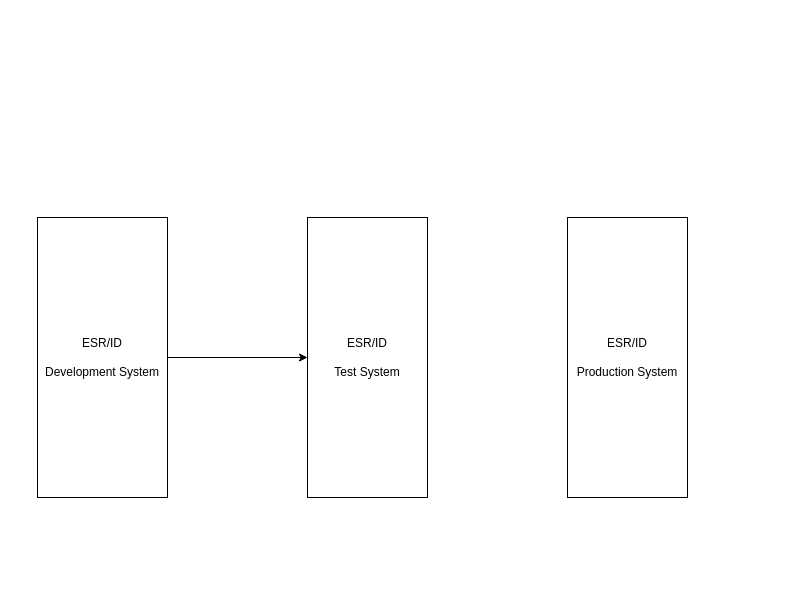
Above: PO 3 tier-1.drawio in jklingelhoefer/sap-btp-diagrams (draw.io), before the change. Source tidied: cells renumbered, new cells numbered last; positions are measured from the earlier drawing's top-left corner, leaving out a move shared by most shapes. Both pictures are drawn from the tidied source at 100%, with x=0, y=0 at pixel (37, 217).
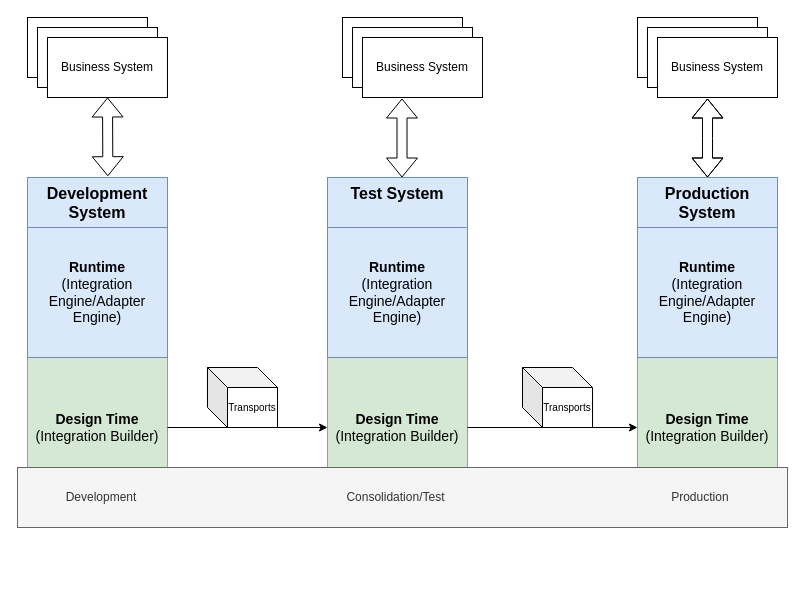
After the change.

Change to the diagram source:
```diff
@@
-    <mxCell id="2" style="edgeStyle=orthogonalEdgeStyle;rounded=0;jettySize=auto;html=1;exitX=1;exitY=0.5;exitDx=0;exitDy=0;entryX=0;entryY=0.5;entryDx=0;entryDy=0;" parent="1" edge="1" source="3" target="4">
-      <mxGeometry relative="1" as="geometry" />
-    </mxCell>
-    <mxCell id="3" value="ESR/ID&lt;div&gt;&lt;br&gt;&lt;/div&gt;&lt;div&gt;Development System&lt;/div&gt;" style="rounded=0;whiteSpace=wrap;html=1;labelPosition=center;verticalLabelPosition=middle;align=center;verticalAlign=middle;" parent="1" vertex="1">
-      <mxGeometry width="130" height="280" as="geometry" />
-    </mxCell>
+    <mxCell id="6" style="group;" parent="1" vertex="1">
+      <mxGeometry x="-20" y="-200" width="770" height="560" as="geometry" />
+    </mxCell>
+    <mxCell id="7" style="group;" parent="6" vertex="1">
+      <mxGeometry x="620" y="160" width="140" height="320" as="geometry" />
+    </mxCell>
+    <mxCell id="8" value="&lt;div style=&quot;&quot;&gt;&lt;font style=&quot;font-size: 16px;&quot;&gt;Production System&lt;/font&gt;&lt;/div&gt;" style="rounded=0;whiteSpace=wrap;html=1;verticalAlign=top;fillColor=#dae8fc;strokeColor=#6c8ebf;fontSize=14;fontStyle=1;" parent="7" vertex="1">
+      <mxGeometry width="140" height="320" as="geometry" />
+    </mxCell>
+    <mxCell id="9" value="&lt;b&gt;Design Time&lt;/b&gt;&lt;div style=&quot;font-size: 14px;&quot;&gt;(Integration Builder)&lt;/div&gt;" style="rounded=0;whiteSpace=wrap;html=1;fillColor=#d5e8d4;strokeColor=#82b366;fontSize=14;" parent="7" vertex="1">
+      <mxGeometry y="180" width="140" height="140" as="geometry" />
+    </mxCell>
+    <mxCell id="10" value="&lt;font style=&quot;font-size: 14px;&quot;&gt;&lt;b&gt;Runtime&lt;/b&gt;&lt;/font&gt;&lt;div style=&quot;font-size: 14px;&quot;&gt;&lt;font style=&quot;font-size: 14px;&quot;&gt;(Integration Engine/Adapter Engine)&lt;/font&gt;&lt;/div&gt;" style="rounded=0;whiteSpace=wrap;html=1;fillColor=#dae8fc;strokeColor=#6c8ebf;" parent="7" vertex="1">
+      <mxGeometry y="50" width="140" height="130" as="geometry" />
+    </mxCell>
+    <mxCell id="11" style="group;" parent="6" vertex="1">
+      <mxGeometry x="310" y="160" width="460" height="400" as="geometry" />
+    </mxCell>
-    <mxCell id="4" value="ESR/ID&lt;div&gt;&lt;span style=&quot;background-color: initial;&quot;&gt;&lt;br&gt;&lt;/span&gt;&lt;/div&gt;&lt;div&gt;&lt;span style=&quot;background-color: initial;&quot;&gt;Test&amp;nbsp;&lt;/span&gt;&lt;span style=&quot;background-color: initial;&quot;&gt;System&lt;/span&gt;&lt;/div&gt;" style="rounded=0;whiteSpace=wrap;html=1;" parent="1" vertex="1">
-      <mxGeometry x="270" width="120" height="280" as="geometry" />
+    <mxCell id="4" value="&lt;div style=&quot;&quot;&gt;&lt;font style=&quot;font-size: 16px;&quot;&gt;Test System&lt;/font&gt;&lt;/div&gt;" style="rounded=0;whiteSpace=wrap;html=1;verticalAlign=top;fillColor=#dae8fc;strokeColor=#6c8ebf;fontSize=14;fontStyle=1;" parent="11" vertex="1">
+      <mxGeometry width="140" height="320" as="geometry" />
     </mxCell>
-    <mxCell id="5" value="ESR/ID&lt;div&gt;&lt;span style=&quot;background-color: initial;&quot;&gt;&lt;br&gt;&lt;/span&gt;&lt;/div&gt;&lt;div&gt;&lt;span style=&quot;background-color: initial;&quot;&gt;Production&amp;nbsp;&lt;/span&gt;&lt;span style=&quot;background-color: initial;&quot;&gt;System&lt;/span&gt;&lt;/div&gt;" style="rounded=0;whiteSpace=wrap;html=1;" parent="1" vertex="1">
-      <mxGeometry x="530" width="120" height="280" as="geometry" />
-    </mxCell>
+    <mxCell id="12" value="&lt;b&gt;Design Time&lt;/b&gt;&lt;div style=&quot;font-size: 14px;&quot;&gt;(Integration Builder)&lt;/div&gt;" style="rounded=0;whiteSpace=wrap;html=1;fillColor=#d5e8d4;strokeColor=#82b366;fontSize=14;" parent="11" vertex="1">
+      <mxGeometry y="180" width="140" height="140" as="geometry" />
+    </mxCell>
+    <mxCell id="13" value="&lt;font style=&quot;font-size: 14px;&quot;&gt;&lt;b&gt;Runtime&lt;/b&gt;&lt;/font&gt;&lt;div style=&quot;font-size: 14px;&quot;&gt;&lt;font style=&quot;font-size: 14px;&quot;&gt;(Integration Engine/Adapter Engine)&lt;/font&gt;&lt;/div&gt;" style="rounded=0;whiteSpace=wrap;html=1;fillColor=#dae8fc;strokeColor=#6c8ebf;" parent="11" vertex="1">
+      <mxGeometry y="50" width="140" height="130" as="geometry" />
+    </mxCell>
+    <mxCell id="14" value="&lt;font style=&quot;font-size: 10px;&quot;&gt;Transports&lt;/font&gt;" style="shape=cube;whiteSpace=wrap;html=1;boundedLbl=1;backgroundOutline=1;darkOpacity=0.05;darkOpacity2=0.1;" parent="11" vertex="1">
+      <mxGeometry x="195" y="190" width="70" height="60" as="geometry" />
+    </mxCell>
+    <mxCell id="15" value="&lt;font style=&quot;font-size: 10px;&quot;&gt;Transports&lt;/font&gt;" style="shape=cube;whiteSpace=wrap;html=1;boundedLbl=1;backgroundOutline=1;darkOpacity=0.05;darkOpacity2=0.1;" parent="6" vertex="1">
+      <mxGeometry x="190" y="350" width="70" height="60" as="geometry" />
+    </mxCell>
+    <mxCell id="16" style="group;" parent="6" vertex="1">
+      <mxGeometry x="10" y="160" width="140" height="320" as="geometry" />
+    </mxCell>
+    <mxCell id="17" value="&lt;div style=&quot;&quot;&gt;&lt;font style=&quot;font-size: 16px;&quot;&gt;Development System&lt;/font&gt;&lt;/div&gt;" style="rounded=0;whiteSpace=wrap;html=1;verticalAlign=top;fillColor=#dae8fc;strokeColor=#6c8ebf;fontSize=14;fontStyle=1;" parent="16" vertex="1">
+      <mxGeometry width="140" height="320" as="geometry" />
+    </mxCell>
+    <mxCell id="18" value="&lt;b&gt;Design Time&lt;/b&gt;&lt;div style=&quot;font-size: 14px;&quot;&gt;(Integration Builder)&lt;/div&gt;" style="rounded=0;whiteSpace=wrap;html=1;fillColor=#d5e8d4;strokeColor=#82b366;fontSize=14;" parent="16" vertex="1">
+      <mxGeometry y="180" width="140" height="140" as="geometry" />
+    </mxCell>
+    <mxCell id="19" value="&lt;font style=&quot;font-size: 14px;&quot;&gt;&lt;b&gt;Runtime&lt;/b&gt;&lt;/font&gt;&lt;div style=&quot;font-size: 14px;&quot;&gt;&lt;font style=&quot;font-size: 14px;&quot;&gt;(Integration Engine/Adapter Engine)&lt;/font&gt;&lt;/div&gt;" style="rounded=0;whiteSpace=wrap;html=1;fillColor=#dae8fc;strokeColor=#6c8ebf;" parent="16" vertex="1">
+      <mxGeometry y="50" width="140" height="130" as="geometry" />
+    </mxCell>
+    <mxCell id="20" value="&amp;nbsp; &amp;nbsp; &amp;nbsp; &amp;nbsp; &amp;nbsp; &amp;nbsp; &amp;nbsp; Development&amp;nbsp; &amp;nbsp; &amp;nbsp; &amp;nbsp; &amp;nbsp; &amp;nbsp; &amp;nbsp; &amp;nbsp; &amp;nbsp; &amp;nbsp; &amp;nbsp; &amp;nbsp; &amp;nbsp; &amp;nbsp; &amp;nbsp; &amp;nbsp; &amp;nbsp; &amp;nbsp; &amp;nbsp; &amp;nbsp; &amp;nbsp; &amp;nbsp; &amp;nbsp; &amp;nbsp; &amp;nbsp; &amp;nbsp; &amp;nbsp; &amp;nbsp; &amp;nbsp; &amp;nbsp; &amp;nbsp; &amp;nbsp;Consolidation/Test&amp;nbsp; &amp;nbsp; &amp;nbsp; &amp;nbsp; &amp;nbsp; &amp;nbsp; &amp;nbsp; &amp;nbsp; &amp;nbsp; &amp;nbsp; &amp;nbsp; &amp;nbsp; &amp;nbsp; &amp;nbsp; &amp;nbsp; &amp;nbsp; &amp;nbsp; &amp;nbsp; &amp;nbsp; &amp;nbsp; &amp;nbsp; &amp;nbsp; &amp;nbsp; &amp;nbsp; &amp;nbsp; &amp;nbsp; &amp;nbsp; &amp;nbsp; &amp;nbsp; &amp;nbsp; &amp;nbsp; &amp;nbsp; &amp;nbsp; &amp;nbsp; Production" style="rounded=0;whiteSpace=wrap;html=1;align=left;fillColor=#f5f5f5;strokeColor=#666666;fontColor=#333333;" parent="6" vertex="1">
+      <mxGeometry y="450" width="770" height="60" as="geometry" />
+    </mxCell>
+    <mxCell id="21" style="group;" parent="6" vertex="1">
+      <mxGeometry x="620" width="140" height="80" as="geometry" />
+    </mxCell>
+    <mxCell id="22" style="rounded=0;whiteSpace=wrap;html=1;" parent="21" vertex="1">
+      <mxGeometry width="120" height="60" as="geometry" />
+    </mxCell>
+    <mxCell id="23" style="rounded=0;whiteSpace=wrap;html=1;" parent="21" vertex="1">
+      <mxGeometry x="10" y="10" width="120" height="60" as="geometry" />
+    </mxCell>
+    <mxCell id="24" value="Business System" style="rounded=0;whiteSpace=wrap;html=1;" parent="21" vertex="1">
+      <mxGeometry x="20" y="20" width="120" height="60" as="geometry" />
+    </mxCell>
+    <mxCell id="25" style="group;" parent="6" vertex="1">
+      <mxGeometry x="10" width="140" height="80" as="geometry" />
+    </mxCell>
+    <mxCell id="26" style="rounded=0;whiteSpace=wrap;html=1;" parent="25" vertex="1">
+      <mxGeometry width="120" height="60" as="geometry" />
+    </mxCell>
+    <mxCell id="27" style="rounded=0;whiteSpace=wrap;html=1;" parent="25" vertex="1">
+      <mxGeometry x="10" y="10" width="120" height="60" as="geometry" />
+    </mxCell>
+    <mxCell id="28" value="Business System" style="rounded=0;whiteSpace=wrap;html=1;" parent="25" vertex="1">
+      <mxGeometry x="20" y="20" width="120" height="60" as="geometry" />
+    </mxCell>
+    <mxCell id="29" style="group;" parent="6" vertex="1">
+      <mxGeometry x="325" width="140" height="80" as="geometry" />
+    </mxCell>
+    <mxCell id="30" style="rounded=0;whiteSpace=wrap;html=1;" parent="29" vertex="1">
+      <mxGeometry width="120" height="60" as="geometry" />
+    </mxCell>
+    <mxCell id="31" style="rounded=0;whiteSpace=wrap;html=1;" parent="29" vertex="1">
+      <mxGeometry x="10" y="10" width="120" height="60" as="geometry" />
+    </mxCell>
+    <mxCell id="32" value="Business System" style="rounded=0;whiteSpace=wrap;html=1;" parent="29" vertex="1">
+      <mxGeometry x="20" y="20" width="120" height="60" as="geometry" />
+    </mxCell>
+    <mxCell id="33" style="endArrow=classic;html=1;rounded=0;exitX=1;exitY=0.5;exitDx=0;exitDy=0;" parent="6" edge="1" source="18">
+      <mxGeometry relative="1" as="geometry">
+        <mxPoint x="310" y="410" as="targetPoint" />
+      </mxGeometry>
+    </mxCell>
+    <mxCell id="34" style="endArrow=classic;html=1;rounded=0;exitX=1;exitY=0.5;exitDx=0;exitDy=0;entryX=0;entryY=0.5;entryDx=0;entryDy=0;" parent="6" edge="1" source="12" target="9">
+      <mxGeometry relative="1" as="geometry" />
+    </mxCell>
+    <mxCell id="35" style="shape=flexArrow;endArrow=classic;startArrow=classic;html=1;rounded=0;exitX=0.574;exitY=-0.004;exitDx=0;exitDy=0;exitPerimeter=0;" parent="6" edge="1" source="17">
+      <mxGeometry relative="1" as="geometry">
+        <mxPoint x="90" y="80" as="targetPoint" />
+      </mxGeometry>
+    </mxCell>
+    <mxCell id="36" style="shape=flexArrow;endArrow=classic;startArrow=classic;html=1;rounded=0;exitX=0.574;exitY=-0.004;exitDx=0;exitDy=0;exitPerimeter=0;" parent="6" edge="1">
+      <mxGeometry relative="1" as="geometry">
+        <mxPoint x="384.5" y="160" as="sourcePoint" />
+        <mxPoint x="384.5" y="81" as="targetPoint" />
+      </mxGeometry>
+    </mxCell>
+    <mxCell id="37" style="shape=flexArrow;endArrow=classic;startArrow=classic;html=1;rounded=0;exitX=0.574;exitY=-0.004;exitDx=0;exitDy=0;exitPerimeter=0;" parent="6" edge="1">
+      <mxGeometry relative="1" as="geometry">
+        <mxPoint x="690" y="160" as="sourcePoint" />
+        <mxPoint x="690" y="81" as="targetPoint" />
+        <Array as="points">
+          <mxPoint x="690" y="121" />
+        </Array>
+      </mxGeometry>
+    </mxCell>
```
